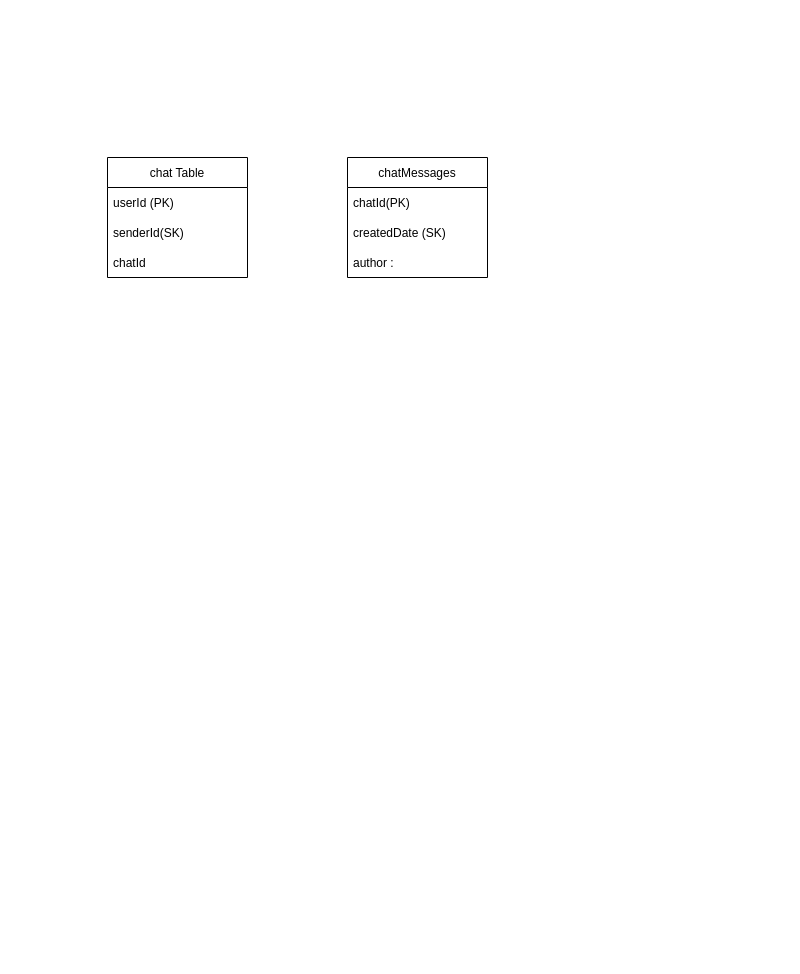
Before: in-app-chat.drawio in heshanWick/superglu-diagrams, a draw.io diagram. Source tidied: cells renumbered, new cells numbered last; positions are measured from the earlier drawing's top-left corner, leaving out a move shared by most shapes. Both pictures are drawn from the tidied source at 100%, with x=0, y=0 at pixel (107, 157).
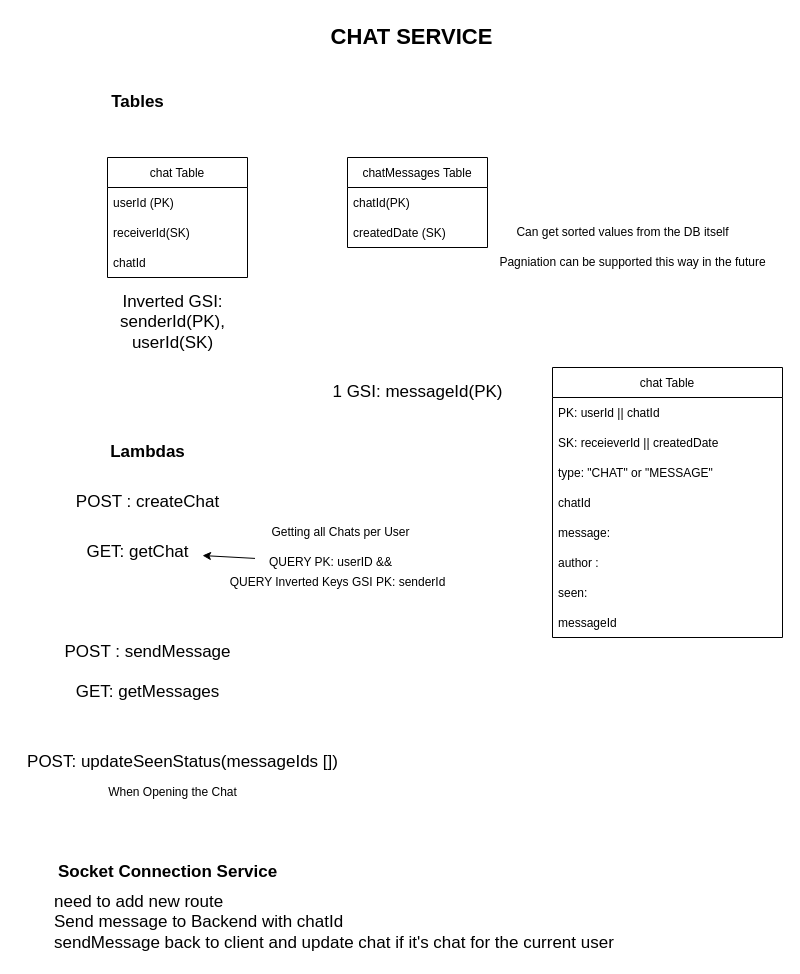
The same page after the edit.

Unchanged cells that the change refers to:
```xml
<mxCell id="2" value="chat Table" style="swimlane;fontStyle=0;horizontal=1;startSize=30;" parent="1" vertex="1">
  <mxGeometry width="140" height="120" as="geometry" />
</mxCell>
```

What changed in the source:
```diff
@@
-    <mxCell id="4" value="senderId(SK)" style="text;strokeColor=none;fillColor=none;align=left;verticalAlign=middle;spacingLeft=4;spacingRight=4;overflow=hidden;" parent="2" vertex="1">
+    <mxCell id="4" value="receiverId(SK)" style="text;strokeColor=none;fillColor=none;align=left;verticalAlign=middle;spacingLeft=4;spacingRight=4;overflow=hidden;" parent="2" vertex="1">
       <mxGeometry y="60" width="140" height="30" as="geometry" />
     </mxCell>
@@
-    <mxCell id="6" value="chatMessages" style="swimlane;fontStyle=0;horizontal=1;startSize=30;" parent="1" vertex="1">
-      <mxGeometry x="240" width="140" height="120" as="geometry" />
+    <mxCell id="6" value="chatMessages Table" style="swimlane;fontStyle=0;horizontal=1;startSize=30;" parent="1" vertex="1">
+      <mxGeometry x="240" width="140" height="90" as="geometry" />
     </mxCell>
@@
+    <mxCell id="10" value="Getting all Chats per User" style="text;html=1;align=center;verticalAlign=middle;strokeColor=none;fillColor=none;" parent="1" vertex="1">
+      <mxGeometry x="147.5" y="360" width="170" height="30" as="geometry" />
+    </mxCell>
+    <mxCell id="11" value="QUERY PK: userID &amp;amp;&amp;amp;" style="text;html=1;align=center;verticalAlign=middle;points=[];strokeColor=none;fillColor=none;" parent="1" vertex="1">
+      <mxGeometry x="147.5" y="390" width="150" height="30" as="geometry" />
+    </mxCell>
+    <mxCell id="12" value="QUERY Inverted Keys GSI PK: senderId" style="text;html=1;align=center;verticalAlign=middle;strokeColor=none;fillColor=none;" parent="1" vertex="1">
+      <mxGeometry x="110" y="410" width="240" height="30" as="geometry" />
+    </mxCell>
+    <mxCell id="13" value="&lt;div&gt;Can get sorted values from the DB itself&lt;/div&gt;" style="text;html=1;align=center;verticalAlign=middle;strokeColor=none;fillColor=none;" parent="1" vertex="1">
+      <mxGeometry x="395" y="60" width="240" height="30" as="geometry" />
+    </mxCell>
+    <mxCell id="14" value="Pagniation can be supported this way in the future" style="text;html=1;align=center;verticalAlign=middle;strokeColor=none;fillColor=none;" parent="1" vertex="1">
+      <mxGeometry x="375" y="90" width="300" height="30" as="geometry" />
+    </mxCell>
+    <mxCell id="15" value="&lt;div style=&quot;font-size: 22px;&quot;&gt;&lt;b&gt;&lt;font style=&quot;font-size: 22px;&quot;&gt;CHAT SERVICE&lt;/font&gt;&lt;/b&gt;&lt;/div&gt;" style="text;html=1;align=center;verticalAlign=middle;strokeColor=none;fillColor=none;" parent="1" vertex="1">
+      <mxGeometry x="209" y="-140" width="190" height="40" as="geometry" />
+    </mxCell>
+    <mxCell id="16" value="&lt;div style=&quot;font-size: 17px;&quot;&gt;&lt;font style=&quot;font-size: 17px;&quot;&gt;Tables&lt;/font&gt;&lt;/div&gt;" style="text;html=1;align=center;verticalAlign=middle;strokeColor=none;fillColor=none;strokeWidth=7;fontStyle=1;" parent="1" vertex="1">
+      <mxGeometry x="-10" y="-70" width="80" height="30" as="geometry" />
+    </mxCell>
+    <mxCell id="17" value="&lt;div style=&quot;font-size: 17px;&quot;&gt;&lt;font style=&quot;font-size: 17px;&quot;&gt;Lambdas&lt;/font&gt;&lt;/div&gt;" style="text;html=1;align=center;verticalAlign=middle;strokeColor=none;fillColor=none;strokeWidth=7;fontStyle=1;" parent="1" vertex="1">
+      <mxGeometry x="-10" y="280" width="100" height="30" as="geometry" />
+    </mxCell>
+    <mxCell id="18" value="POST : createChat" style="text;html=1;align=center;verticalAlign=middle;strokeColor=none;fillColor=none;fontSize=17;" parent="1" vertex="1">
+      <mxGeometry x="-45" y="330" width="170" height="30" as="geometry" />
+    </mxCell>
+    <mxCell id="19" value="GET: getChat" style="text;html=1;align=center;verticalAlign=middle;points=[];strokeColor=none;fillColor=none;fontSize=17;" parent="1" vertex="1">
+      <mxGeometry x="-35" y="379.5" width="130" height="30" as="geometry" />
+    </mxCell>
+    <mxCell id="20" style="endArrow=classic;html=1;rounded=0;fontSize=17;" parent="1" edge="1" source="11" target="19">
+      <mxGeometry relative="1" as="geometry" />
+    </mxCell>
+    <mxCell id="21" value="POST : sendMessage" style="text;html=1;align=center;verticalAlign=middle;strokeColor=none;fillColor=none;fontSize=17;" parent="1" vertex="1">
+      <mxGeometry x="-55" y="480" width="190" height="30" as="geometry" />
+    </mxCell>
+    <mxCell id="22" value="GET: getMessages" style="text;html=1;align=center;verticalAlign=middle;strokeColor=none;fillColor=none;fontSize=17;" parent="1" vertex="1">
+      <mxGeometry x="-45" y="520" width="170" height="30" as="geometry" />
+    </mxCell>
+    <mxCell id="23" value="POST: updateSeenStatus(messageIds [])" style="text;html=1;align=center;verticalAlign=middle;strokeColor=none;fillColor=none;fontSize=17;" parent="1" vertex="1">
+      <mxGeometry x="-90" y="590" width="330" height="30" as="geometry" />
+    </mxCell>
+    <mxCell id="24" value="&lt;div&gt;Inverted GSI: &lt;br&gt;&lt;/div&gt;&lt;div&gt;senderId(PK),&lt;/div&gt;&lt;div&gt;userId(SK)&lt;br&gt; &lt;/div&gt;" style="text;html=1;align=center;verticalAlign=middle;strokeColor=none;fillColor=none;fontSize=17;" parent="1" vertex="1">
+      <mxGeometry y="130" width="130" height="70" as="geometry" />
+    </mxCell>
+    <mxCell id="25" value="1 GSI: messageId(PK)" style="text;html=1;align=center;verticalAlign=middle;strokeColor=none;fillColor=none;fontSize=17;" parent="1" vertex="1">
+      <mxGeometry x="215" y="220" width="190" height="30" as="geometry" />
+    </mxCell>
+    <mxCell id="26" value="When Opening the Chat" style="text;html=1;align=center;verticalAlign=middle;strokeColor=none;fillColor=none;" parent="1" vertex="1">
+      <mxGeometry x="-10" y="620" width="150" height="30" as="geometry" />
+    </mxCell>
+    <mxCell id="27" value="&lt;div style=&quot;font-size: 17px;&quot;&gt;&lt;font style=&quot;font-size: 17px;&quot;&gt;Socket Connection Service&lt;br&gt;&lt;/font&gt;&lt;/div&gt;" style="text;html=1;align=center;verticalAlign=middle;strokeColor=none;fillColor=none;strokeWidth=7;fontStyle=1;" parent="1" vertex="1">
+      <mxGeometry x="-60" y="700" width="240" height="30" as="geometry" />
+    </mxCell>
+    <mxCell id="28" value="&lt;div&gt;need to add new route&lt;/div&gt;&lt;div&gt;Send message to Backend with chatId&lt;/div&gt;&lt;div&gt;sendMessage back to client and update chat if it's chat for the current user&lt;br&gt;&lt;/div&gt;" style="text;html=1;align=left;verticalAlign=middle;strokeColor=none;fillColor=none;fontSize=17;" parent="1" vertex="1">
+      <mxGeometry x="-55" y="730" width="580" height="70" as="geometry" />
+    </mxCell>
+    <mxCell id="29" value="chat Table" style="swimlane;fontStyle=0;horizontal=1;startSize=30;" parent="1" vertex="1">
+      <mxGeometry x="445" y="210" width="230" height="270" as="geometry" />
+    </mxCell>
+    <mxCell id="30" value="PK: userId || chatId " style="text;strokeColor=none;fillColor=none;align=left;verticalAlign=middle;spacingLeft=4;spacingRight=4;overflow=hidden;" parent="29" vertex="1">
+      <mxGeometry y="30" width="230" height="30" as="geometry" />
+    </mxCell>
+    <mxCell id="31" value="SK: receieverId || createdDate" style="text;strokeColor=none;fillColor=none;align=left;verticalAlign=middle;spacingLeft=4;spacingRight=4;overflow=hidden;" parent="29" vertex="1">
+      <mxGeometry y="60" width="230" height="30" as="geometry" />
+    </mxCell>
+    <mxCell id="32" value="type: &quot;CHAT&quot; or &quot;MESSAGE&quot;" style="text;strokeColor=none;fillColor=none;align=left;verticalAlign=middle;spacingLeft=4;spacingRight=4;overflow=hidden;" parent="29" vertex="1">
+      <mxGeometry y="90" width="230" height="30" as="geometry" />
+    </mxCell>
+    <mxCell id="33" value="chatId" style="text;strokeColor=none;fillColor=none;align=left;verticalAlign=middle;spacingLeft=4;spacingRight=4;overflow=hidden;" parent="29" vertex="1">
+      <mxGeometry y="120" width="230" height="30" as="geometry" />
+    </mxCell>
+    <mxCell id="34" value="message:" style="text;strokeColor=none;fillColor=none;align=left;verticalAlign=middle;spacingLeft=4;spacingRight=4;overflow=hidden;" parent="29" vertex="1">
+      <mxGeometry y="150" width="230" height="30" as="geometry" />
+    </mxCell>
-    <mxCell id="9" value="author : " style="text;strokeColor=none;fillColor=none;align=left;verticalAlign=middle;spacingLeft=4;spacingRight=4;overflow=hidden;" parent="6" vertex="1">
-      <mxGeometry y="90" width="140" height="30" as="geometry" />
+    <mxCell id="9" value="author : " style="text;strokeColor=none;fillColor=none;align=left;verticalAlign=middle;spacingLeft=4;spacingRight=4;overflow=hidden;" parent="29" vertex="1">
+      <mxGeometry y="180" width="230" height="30" as="geometry" />
     </mxCell>
+    <mxCell id="35" value="seen: " style="text;strokeColor=none;fillColor=none;align=left;verticalAlign=middle;spacingLeft=4;spacingRight=4;overflow=hidden;" parent="29" vertex="1">
+      <mxGeometry y="210" width="230" height="30" as="geometry" />
+    </mxCell>
+    <mxCell id="36" value="messageId" style="text;strokeColor=none;fillColor=none;align=left;verticalAlign=middle;spacingLeft=4;spacingRight=4;overflow=hidden;" parent="29" vertex="1">
+      <mxGeometry y="240" width="230" height="30" as="geometry" />
+    </mxCell>
```
